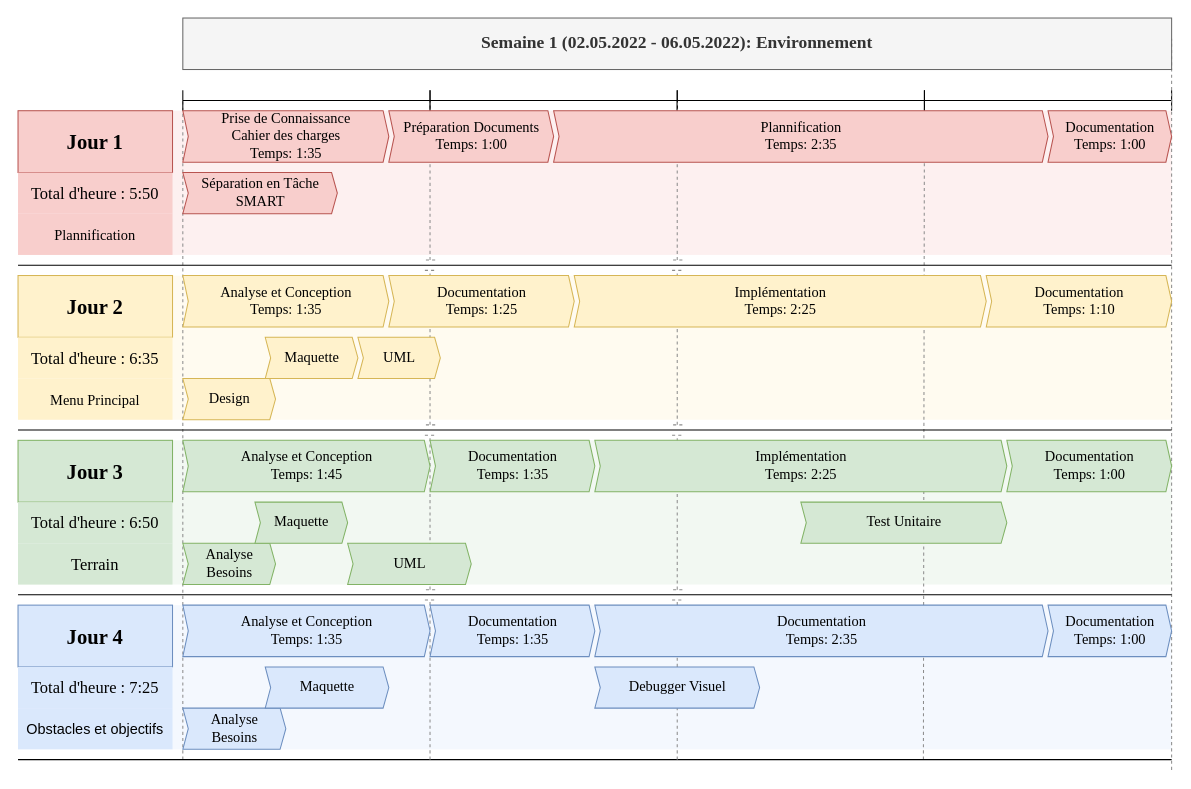
The draw.io diagram Assets/Documentation/Planification/FlorianDuruz_PlanningSemaine1_CastleDefense.drawio in Cat-du-Fromage/TPI_CastleDefense, before the edit. Source tidied: cells renumbered, new cells numbered last; positions are measured from the earlier drawing's top-left corner, leaving out a move shared by most shapes. Both pictures are drawn from the tidied source at 103%, with x=0, y=0 at pixel (18, 18).
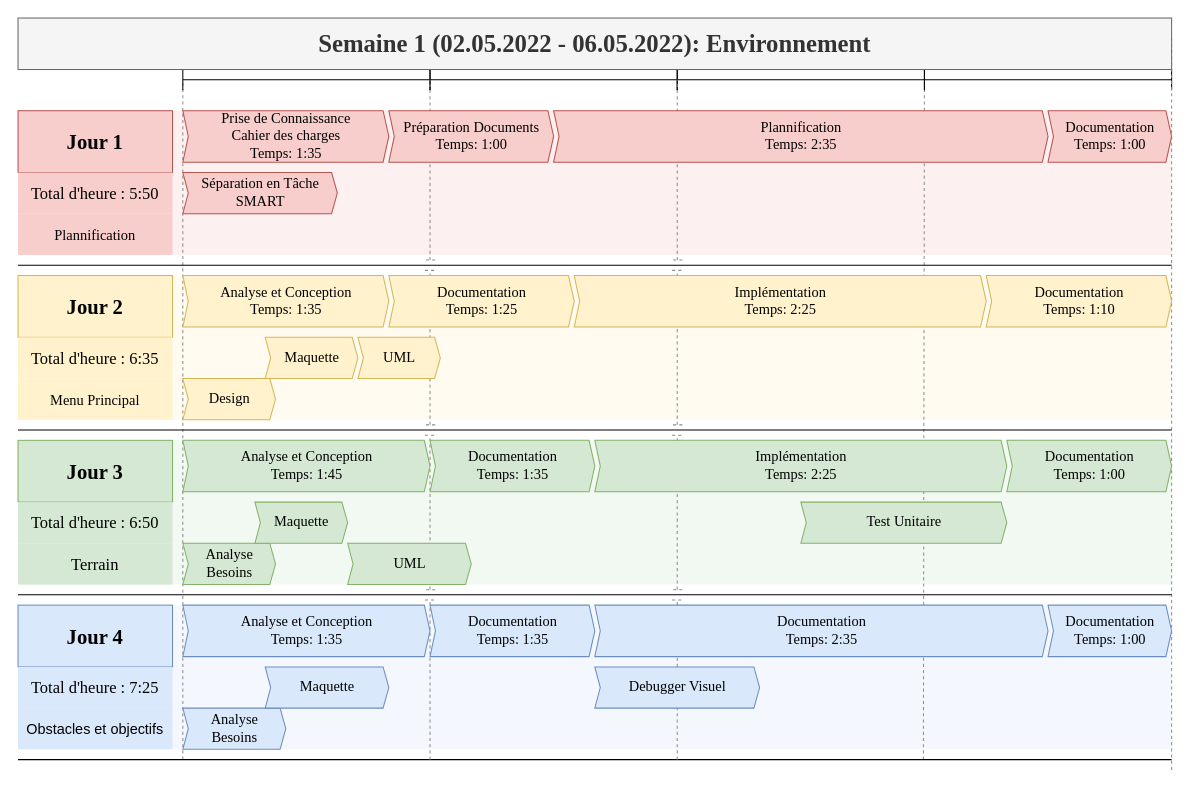
The same page after the edit.

What changed in the source:
```diff
@@
     <mxCell id="7" style="shape=crossbar;whiteSpace=wrap;html=1;rounded=1;" parent="6" vertex="1">
-      <mxGeometry x="880" y="70" width="240" height="20" as="geometry" />
+      <mxGeometry x="880" y="50" width="240" height="20" as="geometry" />
     </mxCell>
@@
     <mxCell id="14" style="shape=crossbar;whiteSpace=wrap;html=1;rounded=1;" parent="6" vertex="1">
-      <mxGeometry x="640" y="70" width="240" height="20" as="geometry" />
+      <mxGeometry x="640" y="50" width="240" height="20" as="geometry" />
     </mxCell>
     <mxCell id="15" style="shape=crossbar;whiteSpace=wrap;html=1;rounded=1;" parent="6" vertex="1">
-      <mxGeometry x="400" y="70" width="240" height="20" as="geometry" />
+      <mxGeometry x="400" y="50" width="240" height="20" as="geometry" />
     </mxCell>
     <mxCell id="16" style="shape=crossbar;whiteSpace=wrap;html=1;rounded=1;" parent="6" vertex="1">
-      <mxGeometry x="160" y="70" width="240" height="20" as="geometry" />
+      <mxGeometry x="160" y="50" width="240" height="20" as="geometry" />
     </mxCell>
@@
-    <mxCell id="50" value="Semaine 1 (02.05.2022 - 06.05.2022): Environnement" style="rounded=0;whiteSpace=wrap;html=1;fillColor=#f5f5f5;strokeColor=#666666;fontSize=17;fontStyle=1;fontColor=#333333;fontFamily=Times New Roman;" parent="22" vertex="1">
-      <mxGeometry x="160" width="960" height="50" as="geometry" />
+    <mxCell id="50" value="Semaine 1 (02.05.2022 - 06.05.2022): Environnement" style="rounded=0;whiteSpace=wrap;html=1;fillColor=#f5f5f5;strokeColor=#666666;fontSize=24;fontStyle=1;fontColor=#333333;fontFamily=Times New Roman;" parent="22" vertex="1">
+      <mxGeometry width="1120" height="50" as="geometry" />
     </mxCell>
```
